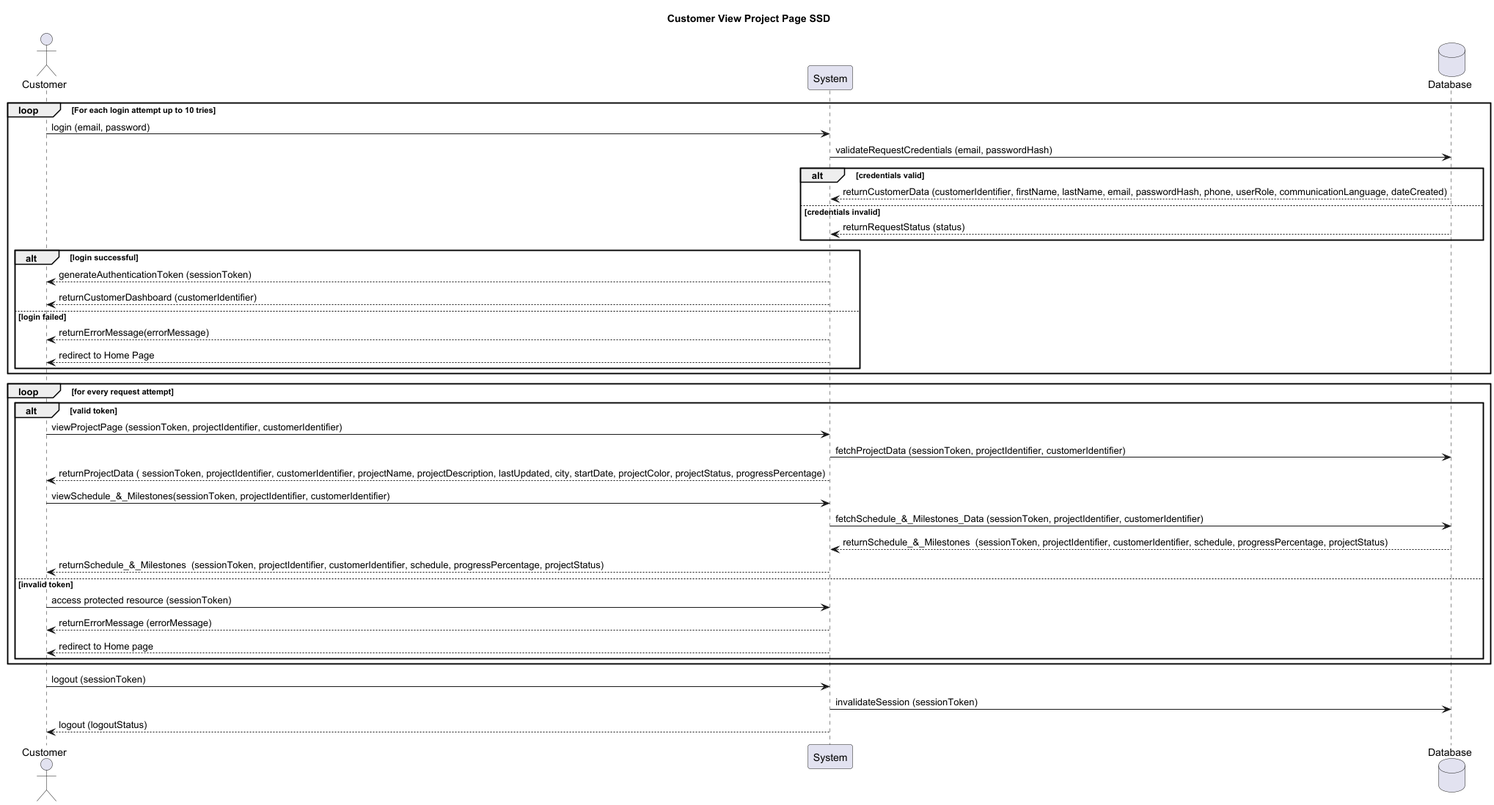
Before: Diagrams/Diagrams/SSD_diagrams/Customer_View_Project_Page_SSD.png, a diagram exported from PlantUML (LCDCI/Les-Constructions-Dominic-Cyr).
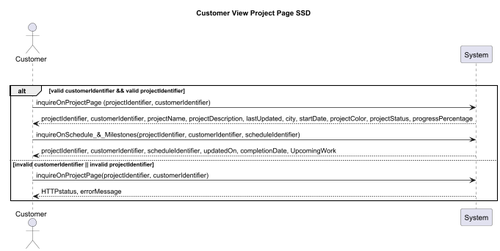
After the commit.

Commit message:
added up to date diagrams for ssd view project

What changed in the source:
```diff
@@ -3,42 +3,16 @@
 
 actor Customer
 
-loop For each login attempt up to 10 tries
-    Customer -> System: login (email, password)
-    database Database
-    System -> Database:  validateRequestCredentials (email, passwordHash)
-    alt credentials valid
-        Database --> System: returnCustomerData (customerIdentifier, firstName, lastName, email, passwordHash, phone, userRole, communicationLanguage, dateCreated)
-    else credentials invalid
-    Database --> System: returnRequestStatus (status)
-    end
+loop for every request attempt
+ alt valid customerIdentifier && valid projectIdentifier
+ Customer -> System: inquireOnProjectPage (projectIdentifier, customerIdentifier)
+    System --> Customer:  projectIdentifier, customerIdentifier, projectName, projectDescription, lastUpdated, city, startDate, projectColor, projectStatus, progressPercentage
+    Customer -> System: inquireOnSchedule_&_Milestones(projectIdentifier, customerIdentifier, scheduleIdentifier)
+    System --> Customer: projectIdentifier, customerIdentifier, scheduleIdentifier, updatedOn, completionDate, UpcomingWork
+ else invalid customerIdentifier || invalid projectIdentifier
+     Customer -> System: inquireOnProjectPage(projectIdentifier, customerIdentifier)
+     System --> Customer: HTTPstatus, errorMessage
+ end
 
-    alt login successful
-        System --> Customer: generateAuthenticationToken (sessionToken)
-        System --> Customer: returnCustomerDashboard (customerIdentifier)
-    else login failed
-        System --> Customer: returnErrorMessage(errorMessage)
-        System --> Customer: redirect to Home Page
-    end
-end
-loop for every request attempt
- alt valid token
- Customer -> System: viewProjectPage (sessionToken, projectIdentifier, customerIdentifier)
-    System -> Database: fetchProjectData (sessionToken, projectIdentifier, customerIdentifier)
-    System --> Customer: returnProjectData ( sessionToken, projectIdentifier, customerIdentifier, projectName, projectDescription, lastUpdated, city, startDate, projectColor, projectStatus, progressPercentage)
-    Customer -> System: viewSchedule_&_Milestones(sessionToken, projectIdentifier, customerIdentifier)
-    System -> Database: fetchSchedule_&_Milestones_Data (sessionToken, projectIdentifier, customerIdentifier)
-    Database --> System: returnSchedule_&_Milestones  (sessionToken, projectIdentifier, customerIdentifier, schedule, progressPercentage, projectStatus)
-    System --> Customer: returnSchedule_&_Milestones  (sessionToken, projectIdentifier, customerIdentifier, schedule, progressPercentage, projectStatus)
- else invalid token
-     Customer -> System: access protected resource (sessionToken)
-     System --> Customer: returnErrorMessage (errorMessage)
-     System --> Customer: redirect to Home page
- end
-end
-
-Customer -> System: logout (sessionToken)
-System -> Database: invalidateSession (sessionToken)
-System --> Customer: logout (logoutStatus)
 
 @enduml
```
